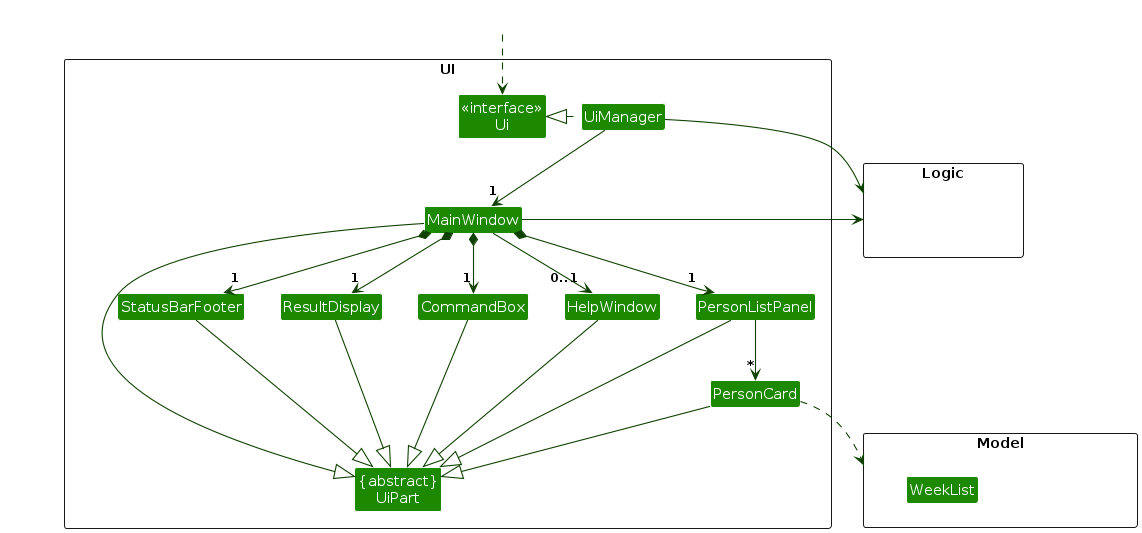
The PlantUML diagram diagrams/UiClassDiagram.png in AY2526S2-CS2103T-F10-3/tp, before a commit. Its source is kept beside it as diagrams/UiClassDiagram.puml.
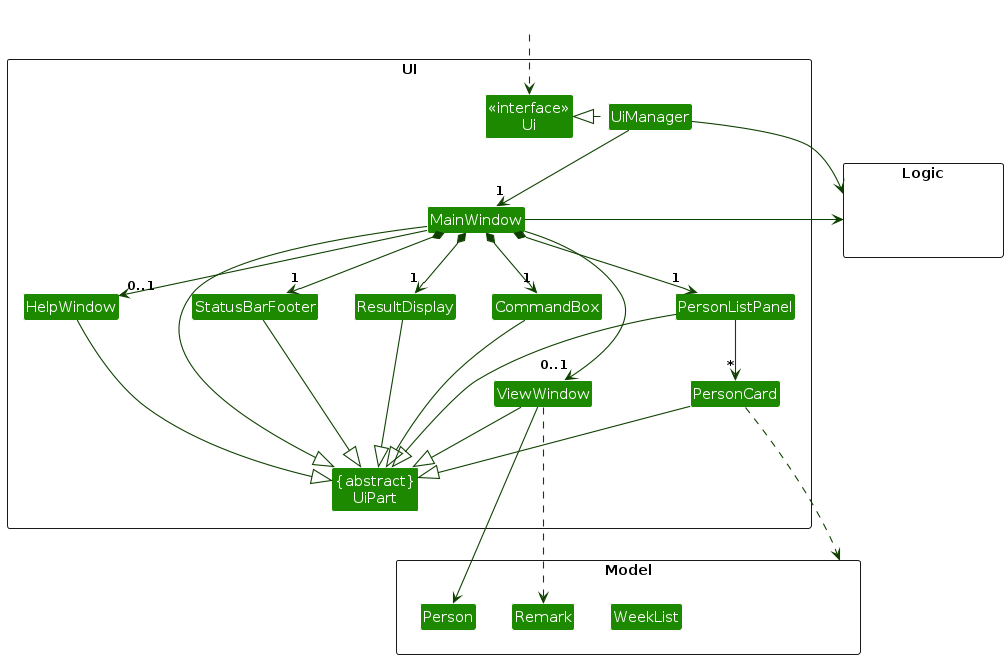
The same diagram one commit later.

Change to the diagram source:
```diff
@@ -12,6 +12,9 @@
 Class HelpWindow
 Class ResultDisplay
 Class PersonListPanel
+Class ViewWindow {
+    - person : Person
+}
 Class PersonCard {
     - person : Person
     - weekAttendance : FlowPane
@@ -27,6 +30,8 @@
 package Model <<Rectangle>> {
 Class HiddenModel #FFFFFF
 Class WeekList
+Class Person
+Class Remark
 }
 
 package Logic <<Rectangle>> {
@@ -43,6 +48,7 @@
 MainWindow *-down-> "1" PersonListPanel
 MainWindow *-down-> "1" StatusBarFooter
 MainWindow --> "0..1" HelpWindow
+MainWindow --> "0..1" ViewWindow
 
 PersonListPanel -down-> "*" PersonCard
 
@@ -55,6 +61,10 @@
 StatusBarFooter --|> UiPart
 HelpWindow --|> UiPart
 
+ViewWindow --|> UiPart
+ViewWindow -down-> Person
+ViewWindow ..down-> Remark
+
 PersonCard ..> Model
 UiManager -right-> Logic
 MainWindow -left-> Logic
```
